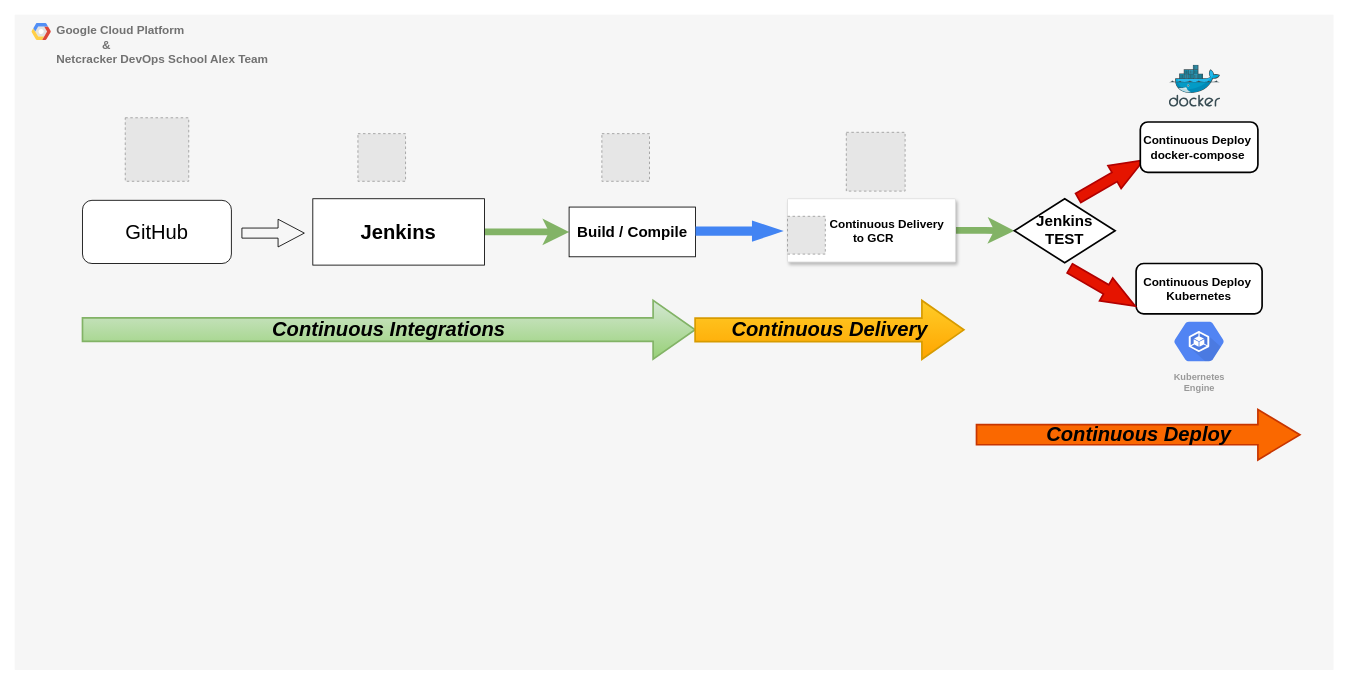
This is scheme1.drawio from Ikrini/app-for-jenkins, a draw.io file, before an edit. Source tidied: cells renumbered, new cells numbered last; positions are measured from the earlier drawing's top-left corner, leaving out a move shared by most shapes. Both pictures are drawn from the tidied source at 84%, with x=0, y=0 at pixel (14, 14). Pictures stored in the file or linked from it are replaced by grey dashed boxes.
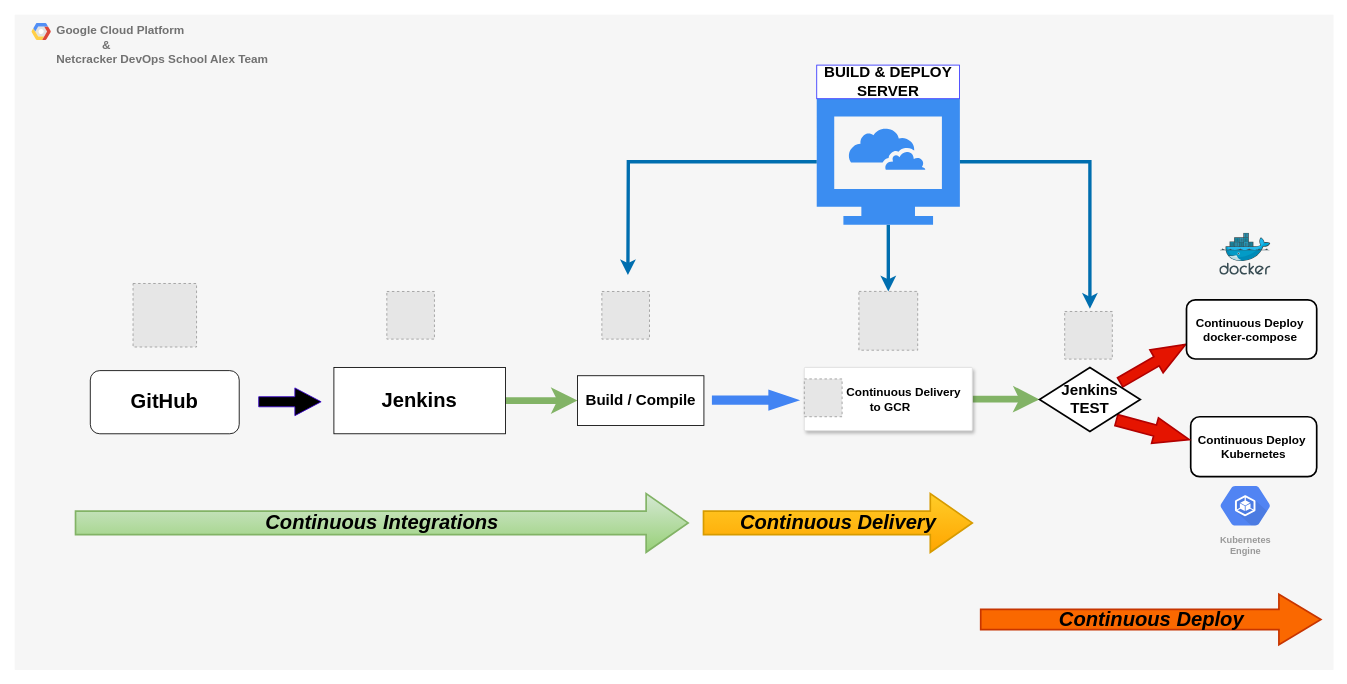
The same diagram, later.

Unchanged cells that the change refers to:
```xml
<mxCell id="2" value="&lt;b&gt;Google Cloud Platform &lt;br&gt;&amp;nbsp; &amp;nbsp; &amp;nbsp; &amp;nbsp; &amp;nbsp; &amp;nbsp; &amp;nbsp; &amp;amp;&lt;br&gt;Netcracker DevOps School Alex Team&lt;br&gt;&lt;/b&gt;" style="fillColor=#F6F6F6;strokeColor=none;shadow=0;gradientColor=none;fontSize=14;align=left;spacing=10;fontColor=#717171;9E9E9E;verticalAlign=top;spacingTop=-4;fontStyle=0;spacingLeft=40;html=1;" parent="1" vertex="1">
  <mxGeometry width="1570" height="780" as="geometry" />
</mxCell>
```

What changed in the source:
```diff
@@
     <mxCell id="5" value="&lt;font style=&quot;font-size: 24px&quot;&gt;&lt;b&gt;Jenkins&lt;/b&gt;&lt;/font&gt;" style="whiteSpace=wrap;html=1;" parent="2" vertex="1">
-      <mxGeometry x="354.9" y="219.1" width="204.3" height="79" as="geometry" />
+      <mxGeometry x="380" y="419.9" width="204.3" height="79" as="geometry" />
     </mxCell>
     <mxCell id="6" style="fillColor=#E6E6E6;strokeColor=#999999;dashed=1;html=1;verticalAlign=top;verticalLabelPosition=bottom;labelBackgroundColor=#ffffff;" parent="2" vertex="1">
-      <mxGeometry x="408.6" y="141.6" width="56.7" height="56.7" as="geometry" />
+      <mxGeometry x="443" y="329.5" width="56.7" height="56.7" as="geometry" />
     </mxCell>
     <mxCell id="7" style="fillColor=#E6E6E6;strokeColor=#999999;dashed=1;html=1;verticalAlign=top;verticalLabelPosition=bottom;labelBackgroundColor=#ffffff;" parent="2" vertex="1">
-      <mxGeometry x="131.6" y="122.7" width="75.6" height="75.6" as="geometry" />
+      <mxGeometry x="140.9" y="320" width="75.6" height="75.6" as="geometry" />
     </mxCell>
-    <mxCell id="8" value="&lt;font style=&quot;font-size: 24px&quot;&gt;GitHub&lt;/font&gt;" style="rounded=1;whiteSpace=wrap;html=1;" parent="2" vertex="1">
-      <mxGeometry x="80.7" y="221" width="177.3" height="75.2" as="geometry" />
+    <mxCell id="8" value="&lt;font style=&quot;font-size: 24px&quot;&gt;&lt;b&gt;GitHub&lt;/b&gt;&lt;/font&gt;" style="rounded=1;whiteSpace=wrap;html=1;" parent="2" vertex="1">
+      <mxGeometry x="90" y="423.7" width="177.3" height="75.2" as="geometry" />
     </mxCell>
     <mxCell id="9" value="&lt;font style=&quot;font-size: 18px&quot;&gt;&lt;b&gt;Build / Compile&lt;/b&gt;&lt;/font&gt;" style="rounded=0;whiteSpace=wrap;html=1;" parent="2" vertex="1">
-      <mxGeometry x="660" y="229" width="150.5" height="59.2" as="geometry" />
+      <mxGeometry x="670" y="429.8" width="150.5" height="59.2" as="geometry" />
     </mxCell>
     <mxCell id="10" style="fillColor=#E6E6E6;strokeColor=#999999;dashed=1;html=1;verticalAlign=top;verticalLabelPosition=bottom;labelBackgroundColor=#ffffff;" parent="2" vertex="1">
-      <mxGeometry x="699" y="141.6" width="56.7" height="56.7" as="geometry" />
+      <mxGeometry x="699" y="329.5" width="56.7" height="56.7" as="geometry" />
     </mxCell>
@@
     <mxCell id="12" value="&lt;b&gt;&amp;nbsp; &amp;nbsp; &amp;nbsp; &amp;nbsp; &amp;nbsp; &amp;nbsp; &amp;nbsp;&lt;font color=&quot;#000000&quot; style=&quot;font-size: 14px&quot;&gt;Continuous Delivery&lt;br&gt;&amp;nbsp;to GCR&lt;/font&gt;&lt;/b&gt;" style="strokeColor=#dddddd;fillColor=#ffffff;shadow=1;strokeWidth=1;rounded=1;absoluteArcSize=1;arcSize=2;fontSize=10;fontColor=#9E9E9E;align=center;html=1;" parent="2" vertex="1">
-      <mxGeometry x="920" y="219.1" width="200" height="75.3" as="geometry" />
+      <mxGeometry x="940" y="419.9" width="200" height="75.3" as="geometry" />
     </mxCell>
     <mxCell id="13" style="edgeStyle=orthogonalEdgeStyle;fontSize=12;html=1;endArrow=blockThin;endFill=1;rounded=0;strokeWidth=11;endSize=4;startSize=4;dashed=0;strokeColor=#4284F3;" parent="2" edge="1">
       <mxGeometry relative="1" as="geometry">
-        <mxPoint x="810.5" y="257.6" as="sourcePoint" />
-        <mxPoint x="910.5" y="257.6" as="targetPoint" />
+        <mxPoint x="830" y="458.9" as="sourcePoint" />
+        <mxPoint x="930" y="458.9" as="targetPoint" />
       </mxGeometry>
     </mxCell>
     <mxCell id="14" style="html=1;shadow=0;dashed=0;align=center;verticalAlign=middle;shape=mxgraph.arrows2.arrow;dy=0.6;dx=40;notch=0;fontSize=10;strokeWidth=2;perimeterSpacing=1;rotation=-30;fillColor=#e51400;strokeColor=#B20000;fontColor=#ffffff;" parent="2" vertex="1">
-      <mxGeometry x="1260" y="180" width="90" height="31.4" as="geometry" />
+      <mxGeometry x="1310" y="399.4" width="90" height="31.4" as="geometry" />
     </mxCell>
     <mxCell id="15" value="&lt;b&gt;&lt;font style=&quot;font-size: 14px&quot;&gt;Continuous Deploy&amp;nbsp;&lt;br&gt;docker-compose&lt;/font&gt;&amp;nbsp;&lt;/b&gt;" style="rounded=1;whiteSpace=wrap;html=1;fontSize=10;strokeWidth=2;" parent="2" vertex="1">
-      <mxGeometry x="1340" y="127.7" width="140" height="60" as="geometry" />
+      <mxGeometry x="1395" y="339.4" width="155" height="70.5" as="geometry" />
     </mxCell>
     <mxCell id="16" value="&lt;font style=&quot;font-size: 14px&quot;&gt;&lt;b&gt;Continuous Deploy&amp;nbsp;&lt;br&gt;Kubernetes&lt;/b&gt;&lt;/font&gt;" style="rounded=1;whiteSpace=wrap;html=1;fontSize=10;strokeWidth=2;" parent="2" vertex="1">
-      <mxGeometry x="1335" y="296.2" width="150" height="60" as="geometry" />
+      <mxGeometry x="1400" y="478.6" width="150" height="71.4" as="geometry" />
     </mxCell>
-    <mxCell id="17" style="html=1;shadow=0;dashed=0;align=center;verticalAlign=middle;shape=mxgraph.arrows2.arrow;dy=0.6;dx=40;notch=0;fontSize=10;strokeWidth=2;perimeterSpacing=1;rotation=30;fillColor=#e51400;strokeColor=#B20000;fontColor=#ffffff;" parent="2" vertex="1">
-      <mxGeometry x="1250" y="308.8" width="90" height="31.4" as="geometry" />
+    <mxCell id="17" style="html=1;shadow=0;dashed=0;align=center;verticalAlign=middle;shape=mxgraph.arrows2.arrow;dy=0.57;dx=42.16;notch=0;fontSize=10;strokeWidth=2;perimeterSpacing=1;rotation=15;fillColor=#e51400;strokeColor=#B20000;fontColor=#ffffff;" parent="2" vertex="1">
+      <mxGeometry x="1310" y="478.6" width="89.8" height="31.4" as="geometry" />
     </mxCell>
     <mxCell id="18" style="html=1;align=center;image;fontSize=12;image=img/lib/mscae/Docker.svg;strokeWidth=2;" parent="2" vertex="1">
-      <mxGeometry x="1374.5" y="60" width="61" height="50" as="geometry" />
+      <mxGeometry x="1434.5" y="260" width="61" height="50" as="geometry" />
     </mxCell>
     <mxCell id="19" value="Kubernetes&#10;Engine" style="html=1;fillColor=#5184F3;strokeColor=none;verticalAlign=top;labelPosition=center;verticalLabelPosition=bottom;align=center;spacingTop=-6;fontSize=11;fontStyle=1;fontColor=#999999;shape=mxgraph.gcp2.hexIcon;prIcon=container_engine;" parent="2" vertex="1">
-      <mxGeometry x="1365" y="354.5" width="90" height="69.2" as="geometry" />
+      <mxGeometry x="1420" y="550" width="90" height="69.2" as="geometry" />
     </mxCell>
     <mxCell id="20" value="&lt;font style=&quot;font-size: 18px&quot;&gt;&lt;b&gt;Jenkins TEST&lt;/b&gt;&lt;/font&gt;" style="rhombus;whiteSpace=wrap;html=1;fontSize=10;strokeWidth=2;" parent="2" vertex="1">
-      <mxGeometry x="1190" y="219.1" width="120" height="76.2" as="geometry" />
+      <mxGeometry x="1220" y="419.9" width="120" height="76.2" as="geometry" />
     </mxCell>
     <mxCell id="21" value="&lt;font style=&quot;font-size: 24px&quot;&gt;&lt;b&gt;&lt;i&gt;Continuous Integrations&lt;/i&gt;&lt;/b&gt;&lt;/font&gt;" style="html=1;shadow=0;dashed=0;align=center;verticalAlign=middle;shape=mxgraph.arrows2.arrow;dy=0.6;dx=50;notch=0;fontSize=10;strokeWidth=2;gradientColor=#97d077;fillColor=#d5e8d4;strokeColor=#82b366;" parent="2" vertex="1">
-      <mxGeometry x="80.7" y="340" width="729.3" height="70" as="geometry" />
+      <mxGeometry x="72.4" y="570" width="729.3" height="70" as="geometry" />
     </mxCell>
     <mxCell id="22" value="&lt;font style=&quot;font-size: 24px&quot;&gt;&lt;b&gt;&lt;i&gt;Continuous Delivery&lt;/i&gt;&lt;/b&gt;&lt;/font&gt;" style="html=1;shadow=0;dashed=0;align=center;verticalAlign=middle;shape=mxgraph.arrows2.arrow;dy=0.6;dx=50;notch=0;fontSize=10;strokeWidth=2;gradientColor=#ffa500;fillColor=#ffcd28;strokeColor=#d79b00;" parent="2" vertex="1">
-      <mxGeometry x="810" y="340.2" width="320" height="70" as="geometry" />
+      <mxGeometry x="820" y="570" width="320" height="70" as="geometry" />
     </mxCell>
     <mxCell id="23" value="&lt;font style=&quot;font-size: 24px&quot;&gt;&lt;b&gt;&lt;i&gt;Continuous Deploy&lt;/i&gt;&lt;/b&gt;&lt;/font&gt;" style="html=1;shadow=0;dashed=0;align=center;verticalAlign=middle;shape=mxgraph.arrows2.arrow;dy=0.6;dx=50;notch=0;fontSize=10;strokeWidth=2;fillColor=#fa6800;strokeColor=#C73500;fontColor=#000000;" parent="2" vertex="1">
-      <mxGeometry x="1145" y="470" width="385" height="60" as="geometry" />
+      <mxGeometry x="1150" y="690" width="405" height="60" as="geometry" />
     </mxCell>
-    <mxCell id="24" style="shape=flexArrow;endArrow=classic;html=1;width=12;endSize=10.09;" parent="1" edge="1">
+    <mxCell id="24" style="shape=flexArrow;endArrow=classic;html=1;width=12;endSize=10.09;strokeColor=#3700CC;fillColor=#000000;" parent="2" edge="1">
       <mxGeometry relative="1" as="geometry">
-        <mxPoint x="270" y="260" as="sourcePoint" />
-        <mxPoint x="345.3" y="260" as="targetPoint" />
+        <mxPoint x="290" y="460.8" as="sourcePoint" />
+        <mxPoint x="365.3" y="460.8" as="targetPoint" />
         <Array as="points">
-          <mxPoint x="270" y="260" />
+          <mxPoint x="290" y="460.8" />
         </Array>
       </mxGeometry>
     </mxCell>
+    <mxCell id="26" style="fillColor=#E6E6E6;strokeColor=#999999;dashed=1;verticalLabelPosition=bottom;labelBackgroundColor=#ffffff;verticalAlign=top;" parent="2" vertex="1">
+      <mxGeometry x="1005" y="329.4" width="70" height="70" as="geometry" />
+    </mxCell>
+    <mxCell id="27" style="edgeStyle=orthogonalEdgeStyle;rounded=0;jettySize=auto;html=1;fillColor=#1ba1e2;strokeWidth=4;strokeColor=#006EAF;" parent="2" edge="1" source="28" target="26">
+      <mxGeometry relative="1" as="geometry" />
+    </mxCell>
+    <mxCell id="28" style="html=1;strokeColor=none;shadow=0;align=center;verticalAlign=top;fillColor=#3B8DF1;shape=mxgraph.gcp2.cloud_computer;" parent="2" vertex="1">
+      <mxGeometry x="954.8" y="100" width="170.4" height="150" as="geometry" />
+    </mxCell>
-    <mxCell id="25" style="fillColor=#E6E6E6;strokeColor=#999999;dashed=1;verticalLabelPosition=bottom;labelBackgroundColor=#ffffff;verticalAlign=top;" parent="1" vertex="1">
-      <mxGeometry x="920" y="240" width="45" height="45" as="geometry" />
+    <mxCell id="25" style="fillColor=#E6E6E6;strokeColor=#999999;dashed=1;verticalLabelPosition=bottom;labelBackgroundColor=#ffffff;verticalAlign=top;" parent="2" vertex="1">
+      <mxGeometry x="940" y="433.6" width="45" height="45" as="geometry" />
     </mxCell>
-    <mxCell id="26" style="fillColor=#E6E6E6;strokeColor=#999999;dashed=1;verticalLabelPosition=bottom;labelBackgroundColor=#ffffff;verticalAlign=top;" parent="1" vertex="1">
-      <mxGeometry x="990" y="140" width="70" height="70" as="geometry" />
-    </mxCell>
+    <mxCell id="29" value="&lt;span style=&quot;font-size: 18px&quot;&gt;&lt;b&gt;BUILD &amp;amp; DEPLOY SERVER&lt;/b&gt;&lt;/span&gt;" style="rounded=0;whiteSpace=wrap;html=1;strokeColor=#3333FF;" parent="2" vertex="1">
+      <mxGeometry x="954.8" y="60" width="170" height="40" as="geometry" />
+    </mxCell>
+    <mxCell id="30" style="edgeStyle=orthogonalEdgeStyle;rounded=0;jettySize=auto;html=1;strokeWidth=4;fillColor=#1ba1e2;strokeColor=#006EAF;" parent="2" edge="1" source="28">
+      <mxGeometry relative="1" as="geometry">
+        <mxPoint x="1280" y="350" as="targetPoint" />
+        <Array as="points">
+          <mxPoint x="1280" y="175" />
+        </Array>
+      </mxGeometry>
+    </mxCell>
+    <mxCell id="31" style="edgeStyle=orthogonalEdgeStyle;rounded=0;jettySize=auto;html=1;strokeWidth=4;fillColor=#1ba1e2;strokeColor=#006EAF;" parent="2" edge="1" source="28">
+      <mxGeometry relative="1" as="geometry">
+        <mxPoint x="730" y="310" as="targetPoint" />
+      </mxGeometry>
+    </mxCell>
+    <mxCell id="32" style="fillColor=#E6E6E6;strokeColor=#999999;dashed=1;html=1;verticalAlign=top;verticalLabelPosition=bottom;labelBackgroundColor=#ffffff;" parent="2" vertex="1">
+      <mxGeometry x="1250" y="353.3" width="56.7" height="56.7" as="geometry" />
+    </mxCell>
```
